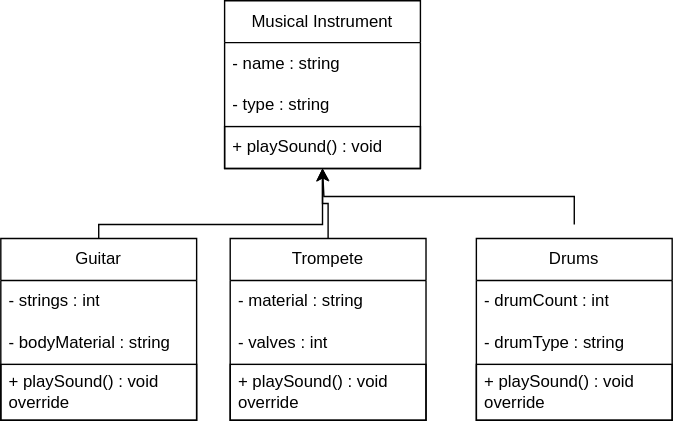
Above: drawio/UML(MusicalInstruments).drawio.svg in at1et/OOP (draw.io), before the change. Source tidied: cells renumbered, new cells last; positions are measured from the earlier drawing's top-left corner, leaving out a move shared by most shapes. The source it was exported from:
```xml
<mxGraphModel>
  <root>
    <mxCell id="0" />
    <mxCell id="1" parent="0" />
    <mxCell id="2" value="Musical Instrument" style="swimlane;fontStyle=0;horizontal=1;startSize=30;whiteSpace=wrap;html=1;" parent="1" vertex="1">
      <mxGeometry x="160" width="140" height="120" as="geometry" />
    </mxCell>
    <mxCell id="3" value="- name : string&amp;nbsp;" style="text;strokeColor=none;fillColor=none;align=left;verticalAlign=middle;spacingLeft=4;spacingRight=4;overflow=hidden;whiteSpace=wrap;html=1;" parent="2" vertex="1">
      <mxGeometry y="30" width="140" height="30" as="geometry" />
    </mxCell>
    <mxCell id="4" value="- type : string" style="text;strokeColor=none;fillColor=none;align=left;verticalAlign=middle;spacingLeft=4;spacingRight=4;overflow=hidden;whiteSpace=wrap;html=1;" parent="2" vertex="1">
      <mxGeometry y="60" width="140" height="30" as="geometry" />
    </mxCell>
    <mxCell id="5" value="+ playSound() : void " style="text;strokeColor=default;fillColor=none;align=left;verticalAlign=middle;spacingLeft=4;spacingRight=4;overflow=hidden;points=[[0,0.5],[1,0.5]];portConstraint=eastwest;whiteSpace=wrap;html=1;" parent="2" vertex="1">
      <mxGeometry y="90" width="140" height="30" as="geometry" />
    </mxCell>
    <mxCell id="6" style="edgeStyle=orthogonalEdgeStyle;rounded=0;jettySize=auto;html=1;exitX=0.5;exitY=0;exitDx=0;exitDy=0;" parent="1" edge="1" source="7" target="5">
      <mxGeometry relative="1" as="geometry">
        <Array as="points">
          <mxPoint x="70" y="160" />
          <mxPoint x="230" y="160" />
        </Array>
      </mxGeometry>
    </mxCell>
    <mxCell id="7" value="  Guitar  " style="swimlane;fontStyle=0;horizontal=1;startSize=30;whiteSpace=wrap;html=1;" parent="1" vertex="1">
      <mxGeometry y="170" width="140" height="130" as="geometry" />
    </mxCell>
    <mxCell id="8" value="- strings : int  " style="text;strokeColor=none;fillColor=none;align=left;verticalAlign=middle;spacingLeft=4;spacingRight=4;overflow=hidden;whiteSpace=wrap;html=1;" parent="7" vertex="1">
      <mxGeometry y="30" width="140" height="30" as="geometry" />
    </mxCell>
    <mxCell id="9" value="- bodyMaterial : string " style="text;strokeColor=none;fillColor=none;align=left;verticalAlign=middle;spacingLeft=4;spacingRight=4;overflow=hidden;whiteSpace=wrap;html=1;" parent="7" vertex="1">
      <mxGeometry y="60" width="140" height="30" as="geometry" />
    </mxCell>
    <mxCell id="10" value="+ playSound() : void override " style="text;strokeColor=default;fillColor=none;align=left;verticalAlign=middle;spacingLeft=4;spacingRight=4;overflow=hidden;whiteSpace=wrap;html=1;" parent="7" vertex="1">
      <mxGeometry y="90" width="140" height="40" as="geometry" />
    </mxCell>
    <mxCell id="11" style="edgeStyle=orthogonalEdgeStyle;rounded=0;jettySize=auto;html=1;" parent="1" edge="1" source="12" target="5">
      <mxGeometry relative="1" as="geometry">
        <Array as="points">
          <mxPoint x="234" y="145" />
          <mxPoint x="230" y="145" />
        </Array>
      </mxGeometry>
    </mxCell>
    <mxCell id="12" value="Trompete" style="swimlane;fontStyle=0;horizontal=1;startSize=30;whiteSpace=wrap;html=1;" parent="1" vertex="1">
      <mxGeometry x="164" y="170" width="140" height="130" as="geometry" />
    </mxCell>
    <mxCell id="13" value="- material : string " style="text;strokeColor=none;fillColor=none;align=left;verticalAlign=middle;spacingLeft=4;spacingRight=4;overflow=hidden;whiteSpace=wrap;html=1;" parent="12" vertex="1">
      <mxGeometry y="30" width="140" height="30" as="geometry" />
    </mxCell>
    <mxCell id="14" value="- valves : int " style="text;strokeColor=none;fillColor=none;align=left;verticalAlign=middle;spacingLeft=4;spacingRight=4;overflow=hidden;whiteSpace=wrap;html=1;" parent="12" vertex="1">
      <mxGeometry y="60" width="140" height="30" as="geometry" />
    </mxCell>
    <mxCell id="15" value="+ playSound() : void override  " style="text;strokeColor=default;fillColor=none;align=left;verticalAlign=middle;spacingLeft=4;spacingRight=4;overflow=hidden;whiteSpace=wrap;html=1;" parent="12" vertex="1">
      <mxGeometry y="90" width="140" height="40" as="geometry" />
    </mxCell>
    <mxCell id="16" style="edgeStyle=orthogonalEdgeStyle;rounded=0;orthogonalLoop=1;jettySize=auto;html=1;" parent="1" edge="1">
      <mxGeometry relative="1" as="geometry">
        <mxPoint x="410" y="160" as="sourcePoint" />
        <mxPoint x="230" y="120" as="targetPoint" />
        <Array as="points">
          <mxPoint x="410" y="140" />
          <mxPoint x="231" y="140" />
          <mxPoint x="231" y="120" />
        </Array>
      </mxGeometry>
    </mxCell>
    <mxCell id="17" value="Drums" style="swimlane;fontStyle=0;horizontal=1;startSize=30;whiteSpace=wrap;html=1;" parent="1" vertex="1">
      <mxGeometry x="340" y="170" width="140" height="130" as="geometry" />
    </mxCell>
    <mxCell id="18" value="- drumCount : int " style="text;strokeColor=none;fillColor=none;align=left;verticalAlign=middle;spacingLeft=4;spacingRight=4;overflow=hidden;whiteSpace=wrap;html=1;" parent="17" vertex="1">
      <mxGeometry y="30" width="140" height="30" as="geometry" />
    </mxCell>
    <mxCell id="19" value="- drumType : string " style="text;strokeColor=none;fillColor=none;align=left;verticalAlign=middle;spacingLeft=4;spacingRight=4;overflow=hidden;whiteSpace=wrap;html=1;" parent="17" vertex="1">
      <mxGeometry y="60" width="140" height="30" as="geometry" />
    </mxCell>
    <mxCell id="20" value="+ playSound() : void override  " style="text;strokeColor=default;fillColor=none;align=left;verticalAlign=middle;spacingLeft=4;spacingRight=4;overflow=hidden;whiteSpace=wrap;html=1;" parent="17" vertex="1">
      <mxGeometry y="90" width="140" height="40" as="geometry" />
    </mxCell>
  </root>
</mxGraphModel>
```
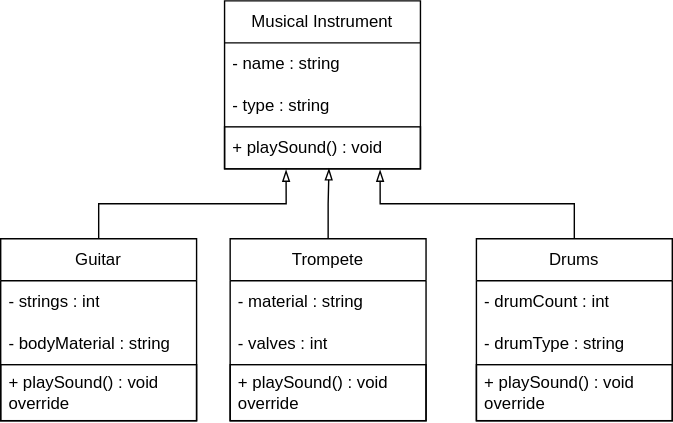
Above is the later version.

The edit, as a diff of the source:
```diff
@@ -14,14 +14,6 @@
     <mxCell id="5" value="+ playSound() : void " style="text;strokeColor=default;fillColor=none;align=left;verticalAlign=middle;spacingLeft=4;spacingRight=4;overflow=hidden;points=[[0,0.5],[1,0.5]];portConstraint=eastwest;whiteSpace=wrap;html=1;" parent="2" vertex="1">
       <mxGeometry y="90" width="140" height="30" as="geometry" />
     </mxCell>
-    <mxCell id="6" style="edgeStyle=orthogonalEdgeStyle;rounded=0;jettySize=auto;html=1;exitX=0.5;exitY=0;exitDx=0;exitDy=0;" parent="1" edge="1" source="7" target="5">
-      <mxGeometry relative="1" as="geometry">
-        <Array as="points">
-          <mxPoint x="70" y="160" />
-          <mxPoint x="230" y="160" />
-        </Array>
-      </mxGeometry>
-    </mxCell>
     <mxCell id="7" value="  Guitar  " style="swimlane;fontStyle=0;horizontal=1;startSize=30;whiteSpace=wrap;html=1;" parent="1" vertex="1">
       <mxGeometry y="170" width="140" height="130" as="geometry" />
     </mxCell>
@@ -34,13 +26,8 @@
     <mxCell id="10" value="+ playSound() : void override " style="text;strokeColor=default;fillColor=none;align=left;verticalAlign=middle;spacingLeft=4;spacingRight=4;overflow=hidden;whiteSpace=wrap;html=1;" parent="7" vertex="1">
       <mxGeometry y="90" width="140" height="40" as="geometry" />
     </mxCell>
-    <mxCell id="11" style="edgeStyle=orthogonalEdgeStyle;rounded=0;jettySize=auto;html=1;" parent="1" edge="1" source="12" target="5">
-      <mxGeometry relative="1" as="geometry">
-        <Array as="points">
-          <mxPoint x="234" y="145" />
-          <mxPoint x="230" y="145" />
-        </Array>
-      </mxGeometry>
+    <mxCell id="11" style="edgeStyle=orthogonalEdgeStyle;rounded=0;jettySize=auto;html=1;entryX=0.533;entryY=0.991;entryDx=0;entryDy=0;entryPerimeter=0;endArrow=blockThin;endFill=0;" parent="1" edge="1" source="12" target="5">
+      <mxGeometry relative="1" as="geometry" />
     </mxCell>
     <mxCell id="12" value="Trompete" style="swimlane;fontStyle=0;horizontal=1;startSize=30;whiteSpace=wrap;html=1;" parent="1" vertex="1">
       <mxGeometry x="164" y="170" width="140" height="130" as="geometry" />
@@ -54,17 +41,6 @@
     <mxCell id="15" value="+ playSound() : void override  " style="text;strokeColor=default;fillColor=none;align=left;verticalAlign=middle;spacingLeft=4;spacingRight=4;overflow=hidden;whiteSpace=wrap;html=1;" parent="12" vertex="1">
       <mxGeometry y="90" width="140" height="40" as="geometry" />
     </mxCell>
-    <mxCell id="16" style="edgeStyle=orthogonalEdgeStyle;rounded=0;orthogonalLoop=1;jettySize=auto;html=1;" parent="1" edge="1">
-      <mxGeometry relative="1" as="geometry">
-        <mxPoint x="410" y="160" as="sourcePoint" />
-        <mxPoint x="230" y="120" as="targetPoint" />
-        <Array as="points">
-          <mxPoint x="410" y="140" />
-          <mxPoint x="231" y="140" />
-          <mxPoint x="231" y="120" />
-        </Array>
-      </mxGeometry>
-    </mxCell>
     <mxCell id="17" value="Drums" style="swimlane;fontStyle=0;horizontal=1;startSize=30;whiteSpace=wrap;html=1;" parent="1" vertex="1">
       <mxGeometry x="340" y="170" width="140" height="130" as="geometry" />
     </mxCell>
@@ -77,5 +53,11 @@
     <mxCell id="20" value="+ playSound() : void override  " style="text;strokeColor=default;fillColor=none;align=left;verticalAlign=middle;spacingLeft=4;spacingRight=4;overflow=hidden;whiteSpace=wrap;html=1;" parent="17" vertex="1">
       <mxGeometry y="90" width="140" height="40" as="geometry" />
     </mxCell>
+    <mxCell id="6" style="edgeStyle=orthogonalEdgeStyle;rounded=0;jettySize=auto;html=1;entryX=0.314;entryY=1.024;entryDx=0;entryDy=0;entryPerimeter=0;endArrow=blockThin;endFill=0;" parent="1" edge="1" source="7" target="5">
+      <mxGeometry relative="1" as="geometry" />
+    </mxCell>
+    <mxCell id="21" style="edgeStyle=orthogonalEdgeStyle;rounded=0;jettySize=auto;html=1;entryX=0.794;entryY=1.024;entryDx=0;entryDy=0;entryPerimeter=0;endArrow=blockThin;endFill=0;" parent="1" edge="1" source="17" target="5">
+      <mxGeometry relative="1" as="geometry" />
+    </mxCell>
   </root>
 </mxGraphModel>
```
